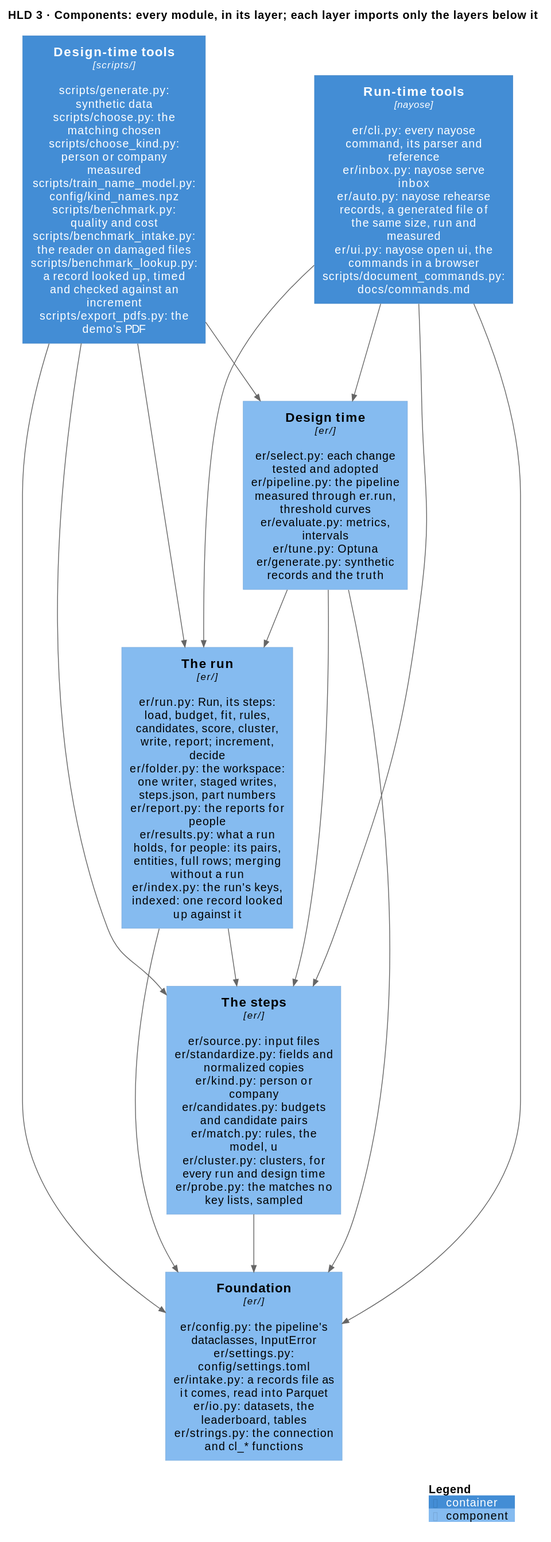
Earlier version of the PlantUML export docs/diagrams/components.svg (mvsbm/entity_matching).
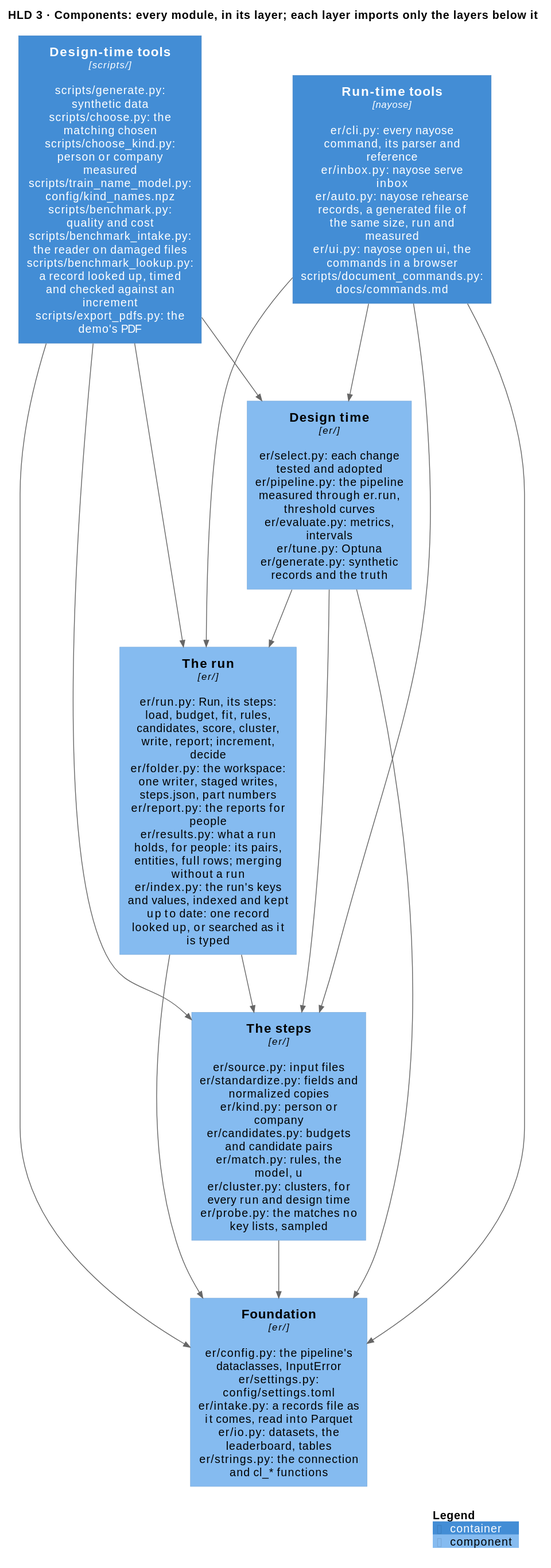
Above is the later version.

Change to the diagram source:
```diff
@@ -7,7 +7,7 @@
 Container(tools_run, "Run-time tools", "nayose", "er/cli.py: every nayose command, its parser and reference\ner/inbox.py: nayose serve inbox\ner/auto.py: nayose rehearse records, a generated file of the same size, run and measured\ner/ui.py: nayose open ui, the commands in a browser\nscripts/document_commands.py: docs/commands.md")
 Container(tools_design, "Design-time tools", "scripts/", "scripts/generate.py: synthetic data\nscripts/choose.py: the matching chosen\nscripts/choose_kind.py: person or company measured\nscripts/train_name_model.py: config/kind_names.npz\nscripts/benchmark.py: quality and cost\nscripts/benchmark_intake.py: the reader on damaged files\nscripts/benchmark_lookup.py: a record looked up, timed and checked against an increment\nscripts/export_pdfs.py: the demo's PDF")
 
-Component(run, "The run", "er/", "er/run.py: Run, its steps: load, budget, fit, rules, candidates, score, cluster, write, report; increment, decide\ner/folder.py: the workspace: one writer, staged writes, steps.json, part numbers\ner/report.py: the reports for people\ner/results.py: what a run holds, for people: its pairs, entities, full rows; merging without a run\ner/index.py: the run's keys, indexed: one record looked up against it")
+Component(run, "The run", "er/", "er/run.py: Run, its steps: load, budget, fit, rules, candidates, score, cluster, write, report; increment, decide\ner/folder.py: the workspace: one writer, staged writes, steps.json, part numbers\ner/report.py: the reports for people\ner/results.py: what a run holds, for people: its pairs, entities, full rows; merging without a run\ner/index.py: the run's keys and values, indexed and kept up to date: one record looked up, or searched as it is typed")
 Component(design, "Design time", "er/", "er/select.py: each change tested and adopted\ner/pipeline.py: the pipeline measured through er.run, threshold curves\ner/evaluate.py: metrics, intervals\ner/tune.py: Optuna\ner/generate.py: synthetic records and the truth")
 Component(steps, "The steps", "er/", "er/source.py: input files\ner/standardize.py: fields and normalized copies\ner/kind.py: person or company\ner/candidates.py: budgets and candidate pairs\ner/match.py: rules, the model, u\ner/cluster.py: clusters, for every run and design time\ner/probe.py: the matches no key lists, sampled")
 Component(configuration, "Foundation", "er/", "er/config.py: the pipeline's dataclasses, InputError\ner/settings.py: config/settings.toml\ner/intake.py: a records file as it comes, read into Parquet\ner/io.py: datasets, the leaderboard, tables\ner/strings.py: the connection and cl_* functions")
```
